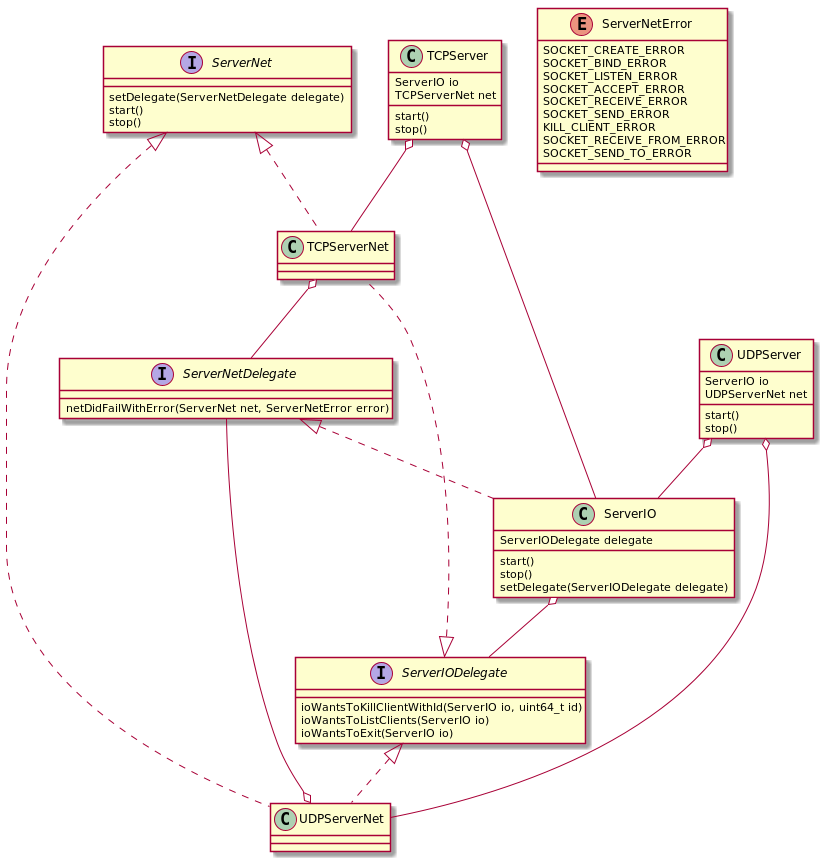
Before: report/figs/Classes.png, a diagram exported from PlantUML (lamtev/nets). The source it was exported from:
```plantuml
@startuml

interface ServerNet {
setDelegate(ServerNetDelegate delegate)
start()
stop()
}

enum ServerNetError {
SOCKET_CREATE_ERROR
SOCKET_BIND_ERROR
SOCKET_LISTEN_ERROR
SOCKET_ACCEPT_ERROR
SOCKET_RECEIVE_ERROR
SOCKET_SEND_ERROR
KILL_CLIENT_ERROR
SOCKET_RECEIVE_FROM_ERROR
SOCKET_SEND_TO_ERROR
}

interface ServerNetDelegate {
netDidFailWithError(ServerNet net, ServerNetError error)
}

interface ServerIODelegate {
ioWantsToKillClientWithId(ServerIO io, uint64_t id)
ioWantsToListClients(ServerIO io)
ioWantsToExit(ServerIO io)
}

class TCPServer {
ServerIO io
TCPServerNet net
start()
stop()
}

class UDPServer {
ServerIO io
UDPServerNet net
start()
stop()
}

class ServerIO {
ServerIODelegate delegate
start()
stop()
setDelegate(ServerIODelegate delegate)
}

TCPServer o-- ServerIO
UDPServer o-- ServerIO
ServerIO o-- ServerIODelegate
ServerNetDelegate <|.. ServerIO
TCPServer o-- TCPServerNet
UDPServer o-- UDPServerNet
TCPServerNet o-- ServerNetDelegate
UDPServerNet o-- ServerNetDelegate
ServerNet <|.. TCPServerNet
ServerNet <|.. UDPServerNet
ServerIODelegate <|.. TCPServerNet
ServerIODelegate <|.. UDPServerNet

@enduml
```
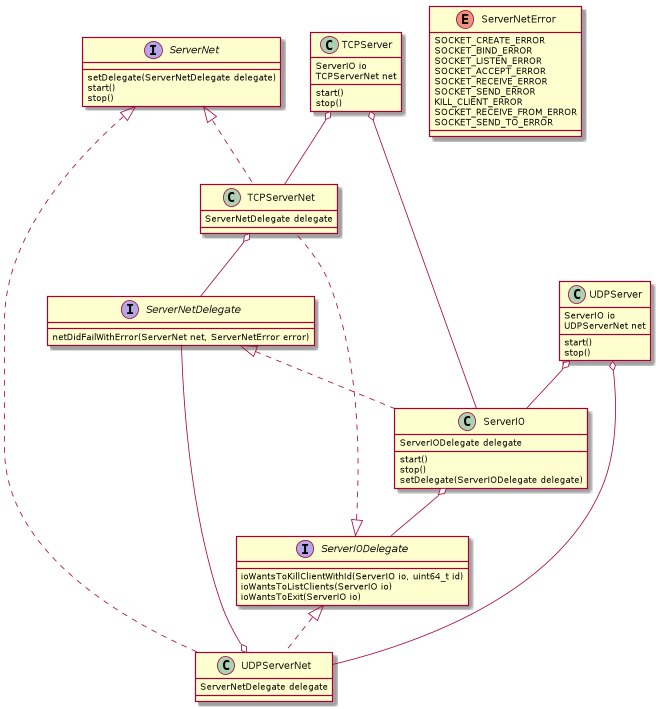
After the commit.

What changed in the source:
```diff
@@ -42,6 +42,14 @@
 stop()
 }
 
+class TCPServerNet {
+ServerNetDelegate delegate
+}
+
+class UDPServerNet {
+ServerNetDelegate delegate
+}
+
 class ServerIO {
 ServerIODelegate delegate
 start()
```
